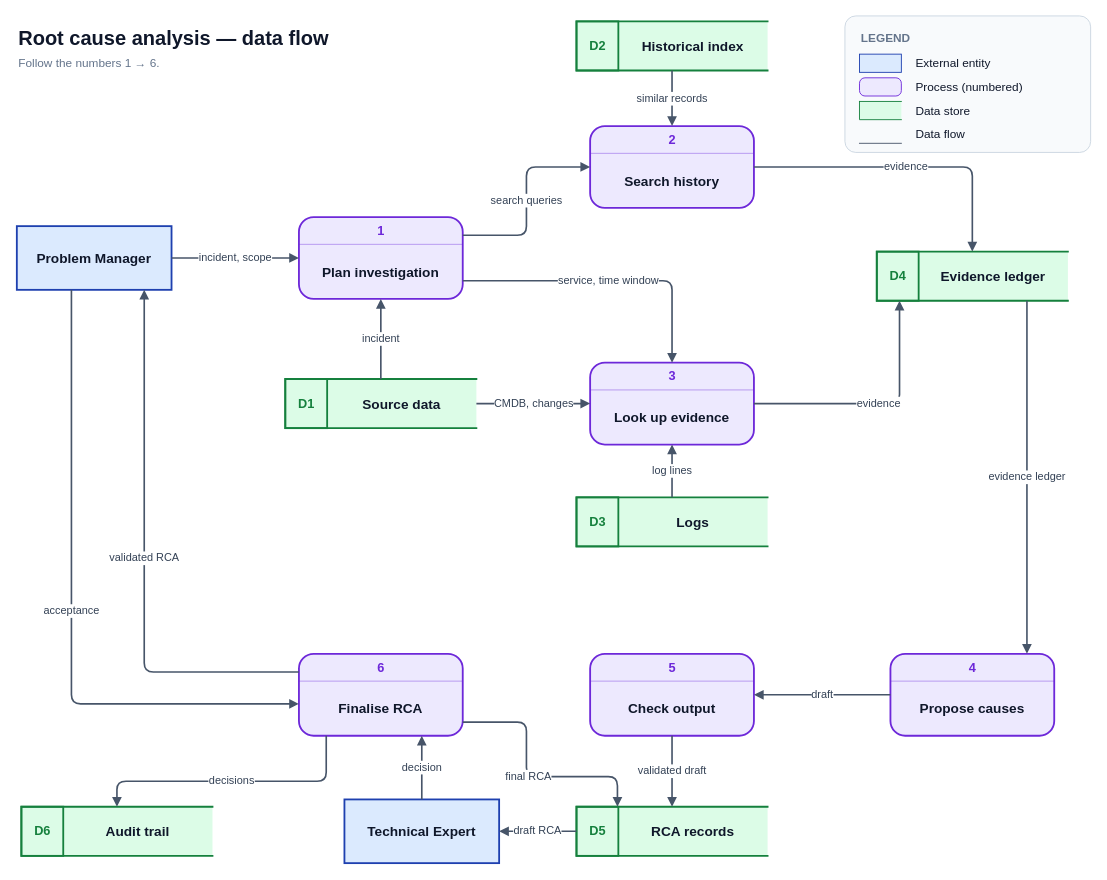
Before: diagrams/04-architecture/rca_dataflow.drawio in cristivalea/root-cause-analysis, a draw.io diagram. Source tidied: cells renumbered, new cells numbered last; positions are measured from the earlier drawing's top-left corner, leaving out a move shared by most shapes. Both pictures are drawn from the tidied source at 91%, with x=0, y=0 at pixel (16, 15).
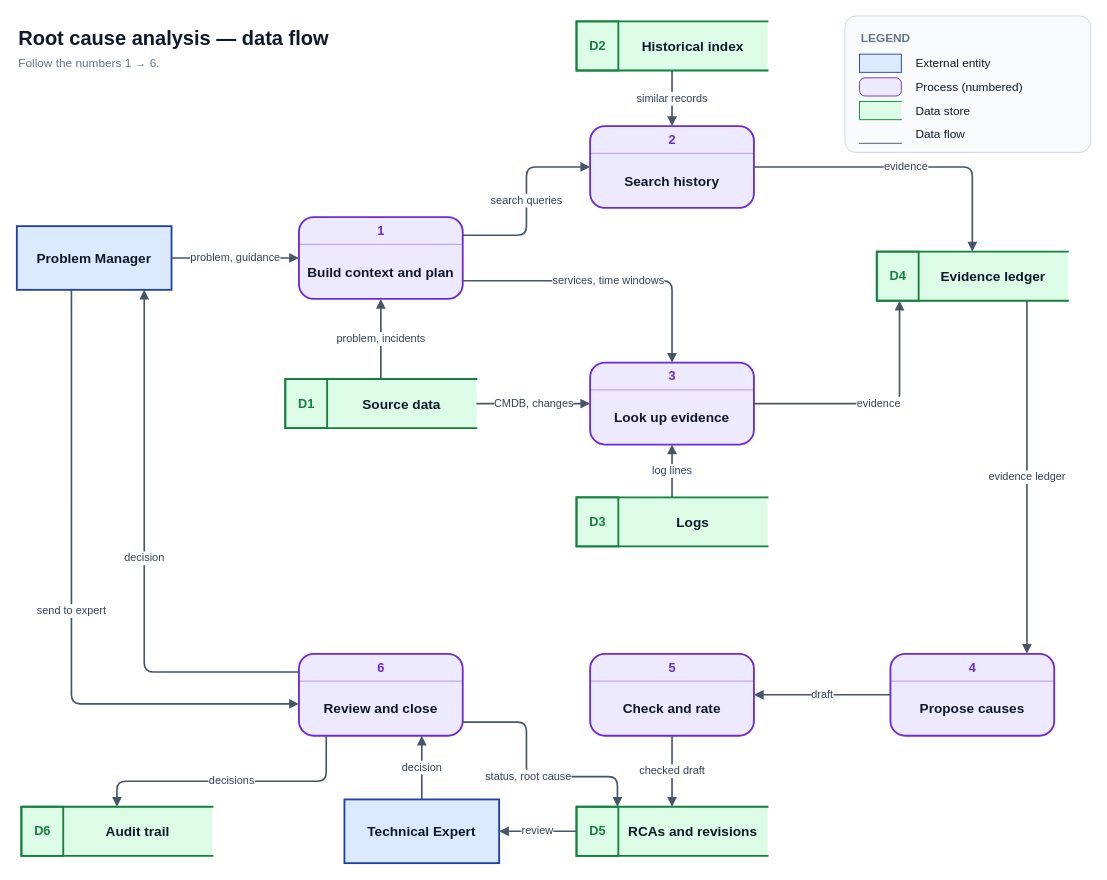
The same page after the edit.

Unchanged cells that the change refers to:
```xml
<mxCell id="2" value="Problem Manager" style="rounded=0;whiteSpace=wrap;html=1;fillColor=#dbeafe;strokeColor=#1e40af;strokeWidth=2;fontSize=15;fontStyle=1;fontColor=#0f172a;verticalAlign=middle;" parent="1" vertex="1">
  <mxGeometry y="231" width="170" height="70" as="geometry" />
</mxCell>
<mxCell id="3" value="Technical Expert" style="rounded=0;whiteSpace=wrap;html=1;fillColor=#dbeafe;strokeColor=#1e40af;strokeWidth=2;fontSize=15;fontStyle=1;fontColor=#0f172a;verticalAlign=middle;" parent="1" vertex="1">
  <mxGeometry x="360" y="861" width="170" height="70" as="geometry" />
</mxCell>
<mxCell id="10" value="&lt;b&gt;Look up evidence&lt;/b&gt;" style="rounded=1;arcSize=18;whiteSpace=wrap;html=1;fillColor=#ede9fe;strokeColor=#6d28d9;strokeWidth=2;fontSize=15;fontColor=#0f172a;verticalAlign=middle;spacingTop=30;" parent="1" vertex="1">
  <mxGeometry x="630" y="381" width="180" height="90" as="geometry" />
</mxCell>
<mxCell id="22" value="&lt;b&gt;Source data&lt;/b&gt;" style="shape=partialRectangle;whiteSpace=wrap;html=1;right=0;top=1;bottom=1;left=1;fillColor=#dcfce7;strokeColor=#15803d;strokeWidth=2;fontSize=15;fontColor=#0f172a;align=center;spacingLeft=46;" parent="1" vertex="1">
  <mxGeometry x="295" y="399" width="210" height="54" as="geometry" />
</mxCell>
```

What changed in the source:
```diff
@@
-    <mxCell id="4" value="&lt;b&gt;Plan investigation&lt;/b&gt;" style="rounded=1;arcSize=18;whiteSpace=wrap;html=1;fillColor=#ede9fe;strokeColor=#6d28d9;strokeWidth=2;fontSize=15;fontColor=#0f172a;verticalAlign=middle;spacingTop=30;" parent="1" vertex="1">
+    <mxCell id="4" value="&lt;b&gt;Build context and plan&lt;/b&gt;" style="rounded=1;arcSize=18;whiteSpace=wrap;html=1;fillColor=#ede9fe;strokeColor=#6d28d9;strokeWidth=2;fontSize=15;fontColor=#0f172a;verticalAlign=middle;spacingTop=30;" parent="1" vertex="1">
       <mxGeometry x="310" y="221" width="180" height="90" as="geometry" />
     </mxCell>
@@
-    <mxCell id="16" value="&lt;b&gt;Check output&lt;/b&gt;" style="rounded=1;arcSize=18;whiteSpace=wrap;html=1;fillColor=#ede9fe;strokeColor=#6d28d9;strokeWidth=2;fontSize=15;fontColor=#0f172a;verticalAlign=middle;spacingTop=30;" parent="1" vertex="1">
+    <mxCell id="16" value="&lt;b&gt;Check and rate&lt;/b&gt;" style="rounded=1;arcSize=18;whiteSpace=wrap;html=1;fillColor=#ede9fe;strokeColor=#6d28d9;strokeWidth=2;fontSize=15;fontColor=#0f172a;verticalAlign=middle;spacingTop=30;" parent="1" vertex="1">
       <mxGeometry x="630" y="701" width="180" height="90" as="geometry" />
     </mxCell>
@@
-    <mxCell id="19" value="&lt;b&gt;Finalise RCA&lt;/b&gt;" style="rounded=1;arcSize=18;whiteSpace=wrap;html=1;fillColor=#ede9fe;strokeColor=#6d28d9;strokeWidth=2;fontSize=15;fontColor=#0f172a;verticalAlign=middle;spacingTop=30;" parent="1" vertex="1">
+    <mxCell id="19" value="&lt;b&gt;Review and close&lt;/b&gt;" style="rounded=1;arcSize=18;whiteSpace=wrap;html=1;fillColor=#ede9fe;strokeColor=#6d28d9;strokeWidth=2;fontSize=15;fontColor=#0f172a;verticalAlign=middle;spacingTop=30;" parent="1" vertex="1">
       <mxGeometry x="310" y="701" width="180" height="90" as="geometry" />
     </mxCell>
@@
-    <mxCell id="30" value="&lt;b&gt;RCA records&lt;/b&gt;" style="shape=partialRectangle;whiteSpace=wrap;html=1;right=0;top=1;bottom=1;left=1;fillColor=#dcfce7;strokeColor=#15803d;strokeWidth=2;fontSize=15;fontColor=#0f172a;align=center;spacingLeft=46;" parent="1" vertex="1">
+    <mxCell id="30" value="&lt;b&gt;RCAs and revisions&lt;/b&gt;" style="shape=partialRectangle;whiteSpace=wrap;html=1;right=0;top=1;bottom=1;left=1;fillColor=#dcfce7;strokeColor=#15803d;strokeWidth=2;fontSize=15;fontColor=#0f172a;align=center;spacingLeft=46;" parent="1" vertex="1">
       <mxGeometry x="615" y="869" width="210" height="54" as="geometry" />
     </mxCell>
@@
-    <mxCell id="34" value="incident, scope" style="edgeStyle=orthogonalEdgeStyle;rounded=1;html=1;jettySize=auto;exitX=1.0;exitY=0.5;exitDx=0;exitDy=0;entryX=0.0;entryY=0.5;entryDx=0;entryDy=0;strokeColor=#475569;strokeWidth=1.8;fontSize=12;fontColor=#334155;labelBackgroundColor=#ffffff;endArrow=block;endFill=1;endSize=6;" parent="1" edge="1" source="2" target="4">
+    <mxCell id="34" value="problem, guidance" style="edgeStyle=orthogonalEdgeStyle;rounded=1;html=1;jettySize=auto;exitX=1.0;exitY=0.5;exitDx=0;exitDy=0;entryX=0.0;entryY=0.5;entryDx=0;entryDy=0;strokeColor=#475569;strokeWidth=1.8;fontSize=12;fontColor=#334155;labelBackgroundColor=#ffffff;endArrow=block;endFill=1;endSize=6;" parent="1" edge="1" source="2" target="4">
       <mxGeometry relative="1" as="geometry" />
     </mxCell>
-    <mxCell id="35" value="incident" style="edgeStyle=orthogonalEdgeStyle;rounded=1;html=1;jettySize=auto;exitX=0.5;exitY=0.0;exitDx=0;exitDy=0;entryX=0.5;entryY=1.0;entryDx=0;entryDy=0;strokeColor=#475569;strokeWidth=1.8;fontSize=12;fontColor=#334155;labelBackgroundColor=#ffffff;endArrow=block;endFill=1;endSize=6;" parent="1" edge="1" source="22" target="4">
+    <mxCell id="35" value="problem, incidents" style="edgeStyle=orthogonalEdgeStyle;rounded=1;html=1;jettySize=auto;exitX=0.5;exitY=0.0;exitDx=0;exitDy=0;entryX=0.5;entryY=1.0;entryDx=0;entryDy=0;strokeColor=#475569;strokeWidth=1.8;fontSize=12;fontColor=#334155;labelBackgroundColor=#ffffff;endArrow=block;endFill=1;endSize=6;" parent="1" edge="1" source="22" target="4">
       <mxGeometry relative="1" as="geometry" />
     </mxCell>
@@
-    <mxCell id="37" value="service, time window" style="edgeStyle=orthogonalEdgeStyle;rounded=1;html=1;jettySize=auto;exitX=1.0;exitY=0.7778;exitDx=0;exitDy=0;entryX=0.5;entryY=0.0;entryDx=0;entryDy=0;strokeColor=#475569;strokeWidth=1.8;fontSize=12;fontColor=#334155;labelBackgroundColor=#ffffff;endArrow=block;endFill=1;endSize=6;" parent="1" edge="1" source="4" target="10">
+    <mxCell id="37" value="services, time windows" style="edgeStyle=orthogonalEdgeStyle;rounded=1;html=1;jettySize=auto;exitX=1.0;exitY=0.7778;exitDx=0;exitDy=0;entryX=0.5;entryY=0.0;entryDx=0;entryDy=0;strokeColor=#475569;strokeWidth=1.8;fontSize=12;fontColor=#334155;labelBackgroundColor=#ffffff;endArrow=block;endFill=1;endSize=6;" parent="1" edge="1" source="4" target="10">
       <mxGeometry relative="1" as="geometry">
         <Array as="points">
           <mxPoint x="720" y="291" />
         </Array>
       </mxGeometry>
     </mxCell>
@@
-    <mxCell id="45" value="validated draft" style="edgeStyle=orthogonalEdgeStyle;rounded=1;html=1;jettySize=auto;exitX=0.5;exitY=1.0;exitDx=0;exitDy=0;entryX=0.5;entryY=0.0;entryDx=0;entryDy=0;strokeColor=#475569;strokeWidth=1.8;fontSize=12;fontColor=#334155;labelBackgroundColor=#ffffff;endArrow=block;endFill=1;endSize=6;" parent="1" edge="1" source="16" target="30">
+    <mxCell id="45" value="checked draft" style="edgeStyle=orthogonalEdgeStyle;rounded=1;html=1;jettySize=auto;exitX=0.5;exitY=1.0;exitDx=0;exitDy=0;entryX=0.5;entryY=0.0;entryDx=0;entryDy=0;strokeColor=#475569;strokeWidth=1.8;fontSize=12;fontColor=#334155;labelBackgroundColor=#ffffff;endArrow=block;endFill=1;endSize=6;" parent="1" edge="1" source="16" target="30">
       <mxGeometry relative="1" as="geometry" />
     </mxCell>
-    <mxCell id="46" value="draft RCA" style="edgeStyle=orthogonalEdgeStyle;rounded=1;html=1;jettySize=auto;exitX=0.0;exitY=0.5;exitDx=0;exitDy=0;entryX=1.0;entryY=0.5;entryDx=0;entryDy=0;strokeColor=#475569;strokeWidth=1.8;fontSize=12;fontColor=#334155;labelBackgroundColor=#ffffff;endArrow=block;endFill=1;endSize=6;" parent="1" edge="1" source="30" target="3">
+    <mxCell id="46" value="review" style="edgeStyle=orthogonalEdgeStyle;rounded=1;html=1;jettySize=auto;exitX=0.0;exitY=0.5;exitDx=0;exitDy=0;entryX=1.0;entryY=0.5;entryDx=0;entryDy=0;strokeColor=#475569;strokeWidth=1.8;fontSize=12;fontColor=#334155;labelBackgroundColor=#ffffff;endArrow=block;endFill=1;endSize=6;" parent="1" edge="1" source="30" target="3">
       <mxGeometry relative="1" as="geometry" />
     </mxCell>
@@
-    <mxCell id="48" value="validated RCA" style="edgeStyle=orthogonalEdgeStyle;rounded=1;html=1;jettySize=auto;exitX=0.0;exitY=0.2222;exitDx=0;exitDy=0;entryX=0.8235;entryY=1.0;entryDx=0;entryDy=0;strokeColor=#475569;strokeWidth=1.8;fontSize=12;fontColor=#334155;labelBackgroundColor=#ffffff;endArrow=block;endFill=1;endSize=6;" parent="1" edge="1" source="19" target="2">
+    <mxCell id="48" value="decision" style="edgeStyle=orthogonalEdgeStyle;rounded=1;html=1;jettySize=auto;exitX=0.0;exitY=0.2222;exitDx=0;exitDy=0;entryX=0.8235;entryY=1.0;entryDx=0;entryDy=0;strokeColor=#475569;strokeWidth=1.8;fontSize=12;fontColor=#334155;labelBackgroundColor=#ffffff;endArrow=block;endFill=1;endSize=6;" parent="1" edge="1" source="19" target="2">
       <mxGeometry relative="1" as="geometry">
         <Array as="points">
           <mxPoint x="140" y="721" />
         </Array>
       </mxGeometry>
     </mxCell>
-    <mxCell id="49" value="acceptance" style="edgeStyle=orthogonalEdgeStyle;rounded=1;html=1;jettySize=auto;exitX=0.3529;exitY=1.0;exitDx=0;exitDy=0;entryX=0.0;entryY=0.6111;entryDx=0;entryDy=0;strokeColor=#475569;strokeWidth=1.8;fontSize=12;fontColor=#334155;labelBackgroundColor=#ffffff;endArrow=block;endFill=1;endSize=6;" parent="1" edge="1" source="2" target="19">
+    <mxCell id="49" value="send to expert" style="edgeStyle=orthogonalEdgeStyle;rounded=1;html=1;jettySize=auto;exitX=0.3529;exitY=1.0;exitDx=0;exitDy=0;entryX=0.0;entryY=0.6111;entryDx=0;entryDy=0;strokeColor=#475569;strokeWidth=1.8;fontSize=12;fontColor=#334155;labelBackgroundColor=#ffffff;endArrow=block;endFill=1;endSize=6;" parent="1" edge="1" source="2" target="19">
       <mxGeometry relative="1" as="geometry">
         <Array as="points">
           <mxPoint x="60" y="756" />
         </Array>
       </mxGeometry>
     </mxCell>
-    <mxCell id="50" value="final RCA" style="edgeStyle=orthogonalEdgeStyle;rounded=1;html=1;jettySize=auto;exitX=1.0;exitY=0.8333;exitDx=0;exitDy=0;entryX=0.2143;entryY=0.0;entryDx=0;entryDy=0;strokeColor=#475569;strokeWidth=1.8;fontSize=12;fontColor=#334155;labelBackgroundColor=#ffffff;endArrow=block;endFill=1;endSize=6;" parent="1" edge="1" source="19" target="30">
+    <mxCell id="50" value="status, root cause" style="edgeStyle=orthogonalEdgeStyle;rounded=1;html=1;jettySize=auto;exitX=1.0;exitY=0.8333;exitDx=0;exitDy=0;entryX=0.2143;entryY=0.0;entryDx=0;entryDy=0;strokeColor=#475569;strokeWidth=1.8;fontSize=12;fontColor=#334155;labelBackgroundColor=#ffffff;endArrow=block;endFill=1;endSize=6;" parent="1" edge="1" source="19" target="30">
       <mxGeometry relative="1" as="geometry">
         <Array as="points">
           <mxPoint x="560" y="776" />
           <mxPoint x="560" y="836" />
           <mxPoint x="660" y="836" />
         </Array>
       </mxGeometry>
     </mxCell>
```
